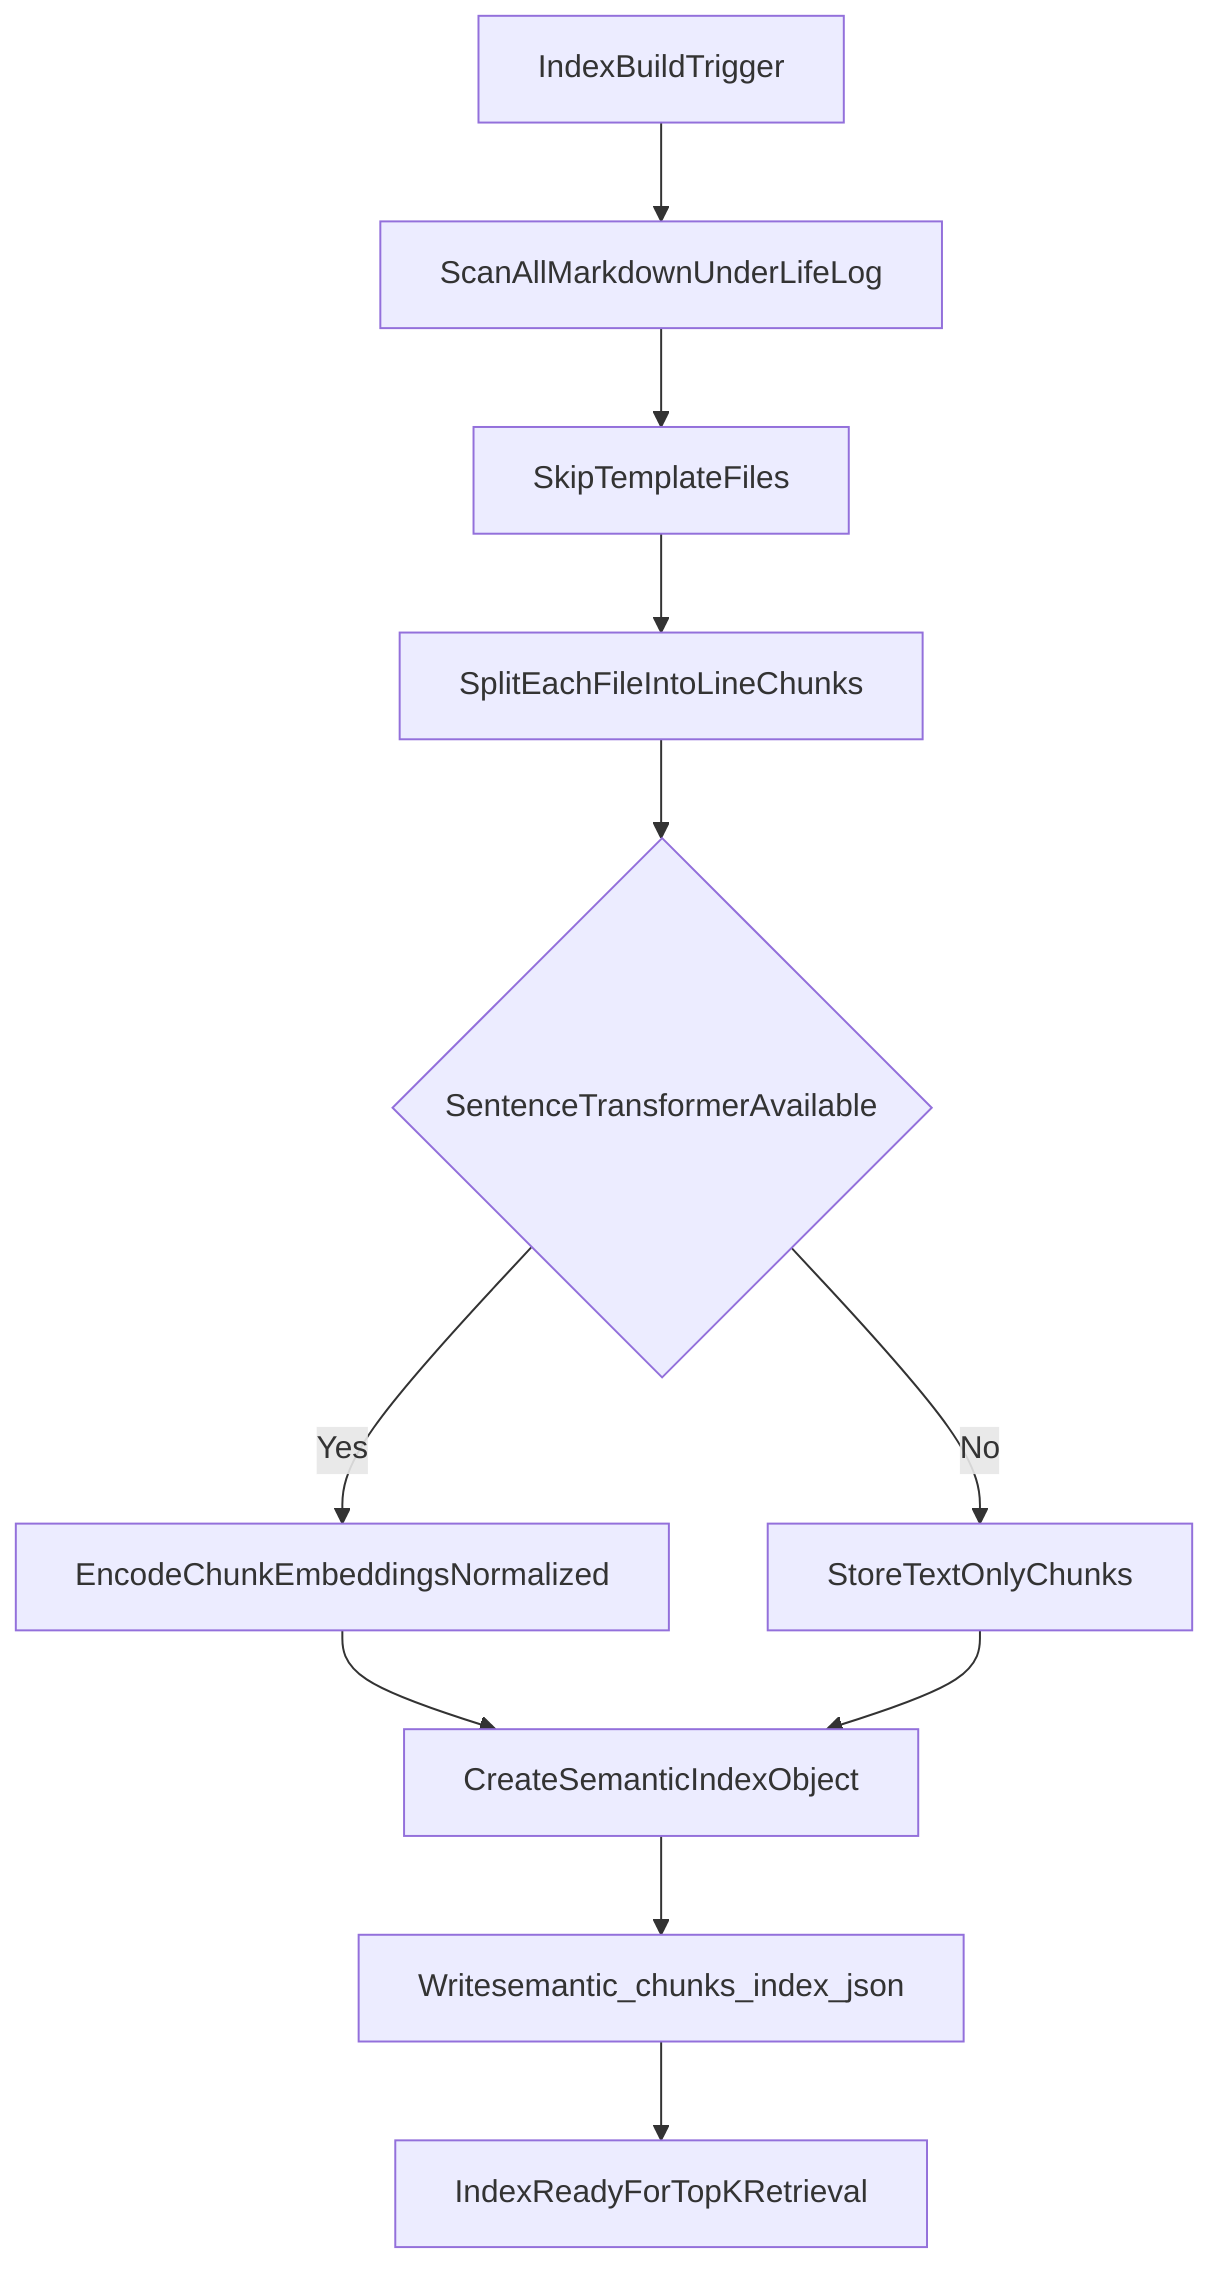
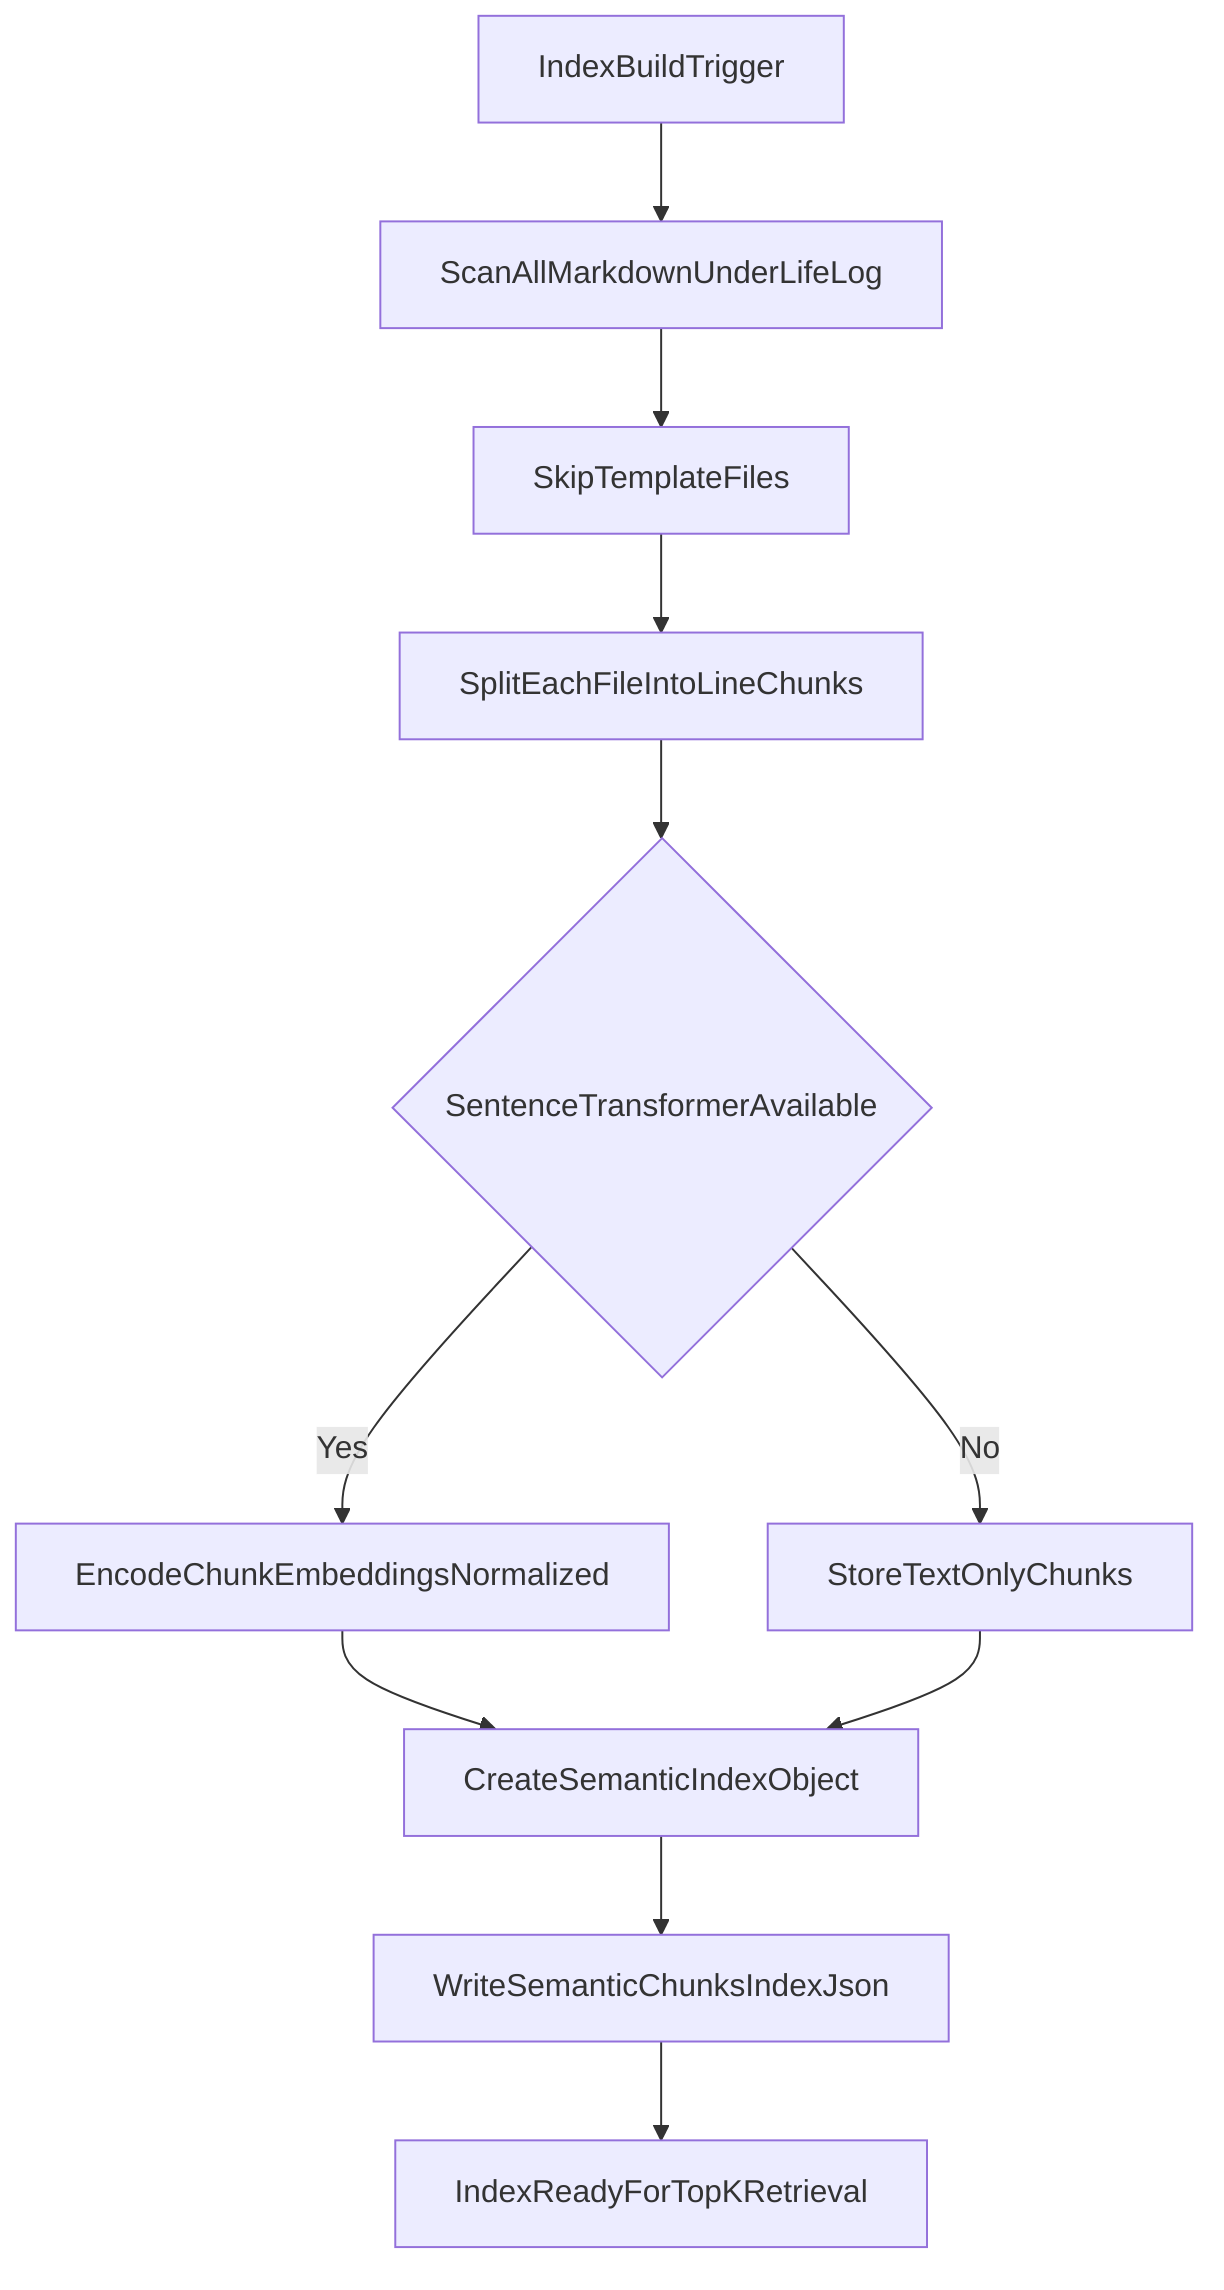
flowchart TD
  start[IndexBuildTrigger] --> scan[ScanAllMarkdownUnderLifeLog]
  scan --> skipTemplates[SkipTemplateFiles]
  skipTemplates --> chunk[SplitEachFileIntoLineChunks]
  chunk --> embedCheck{SentenceTransformerAvailable}

  embedCheck -->|Yes| embed[EncodeChunkEmbeddingsNormalized]
  embedCheck -->|No| noEmbed[StoreTextOnlyChunks]

  embed --> makeIndex[CreateSemanticIndexObject]
  noEmbed --> makeIndex

-   makeIndex --> save[Writesemantic_chunks_index_json]
+   makeIndex --> save[WriteSemanticChunksIndexJson]
  save --> done[IndexReadyForTopKRetrieval]
